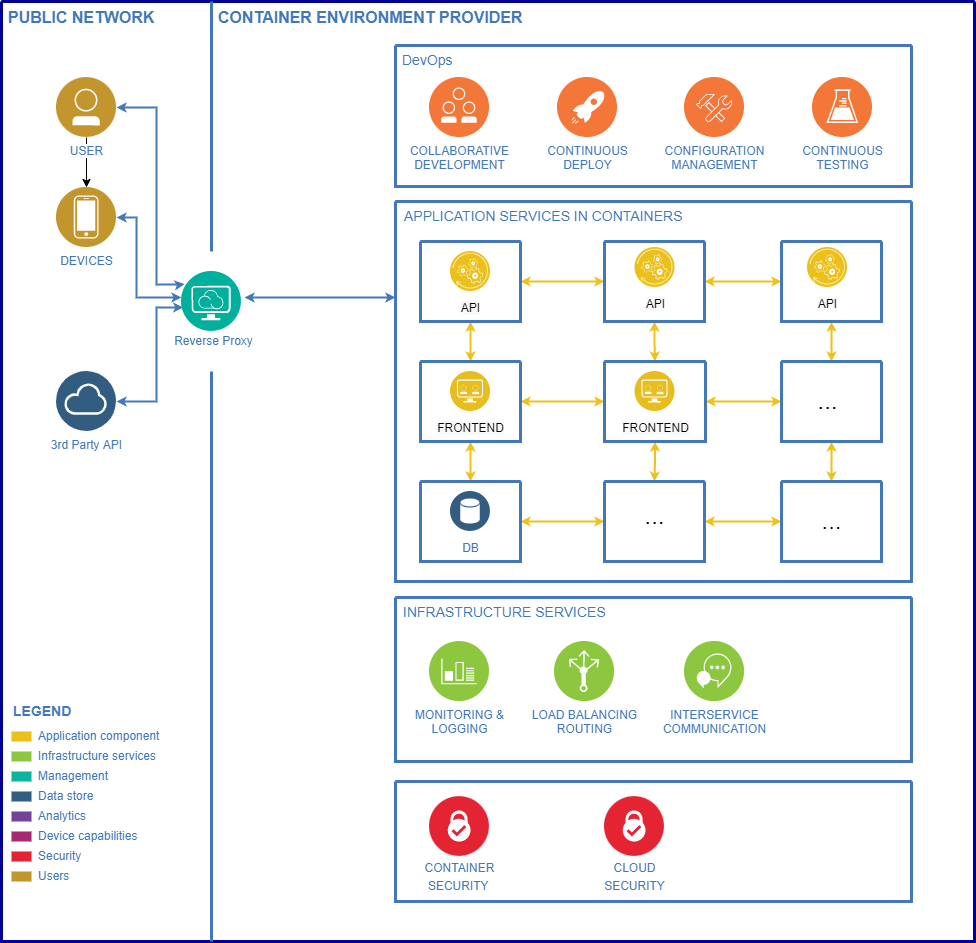
This is docs/operationalModelFinal.png from leen001/Captain_Cook, a draw.io export, as it was before one commit. Source tidied: cells renumbered, new cells last; positions are measured from the earlier drawing's top-left corner, leaving out a move shared by most shapes.
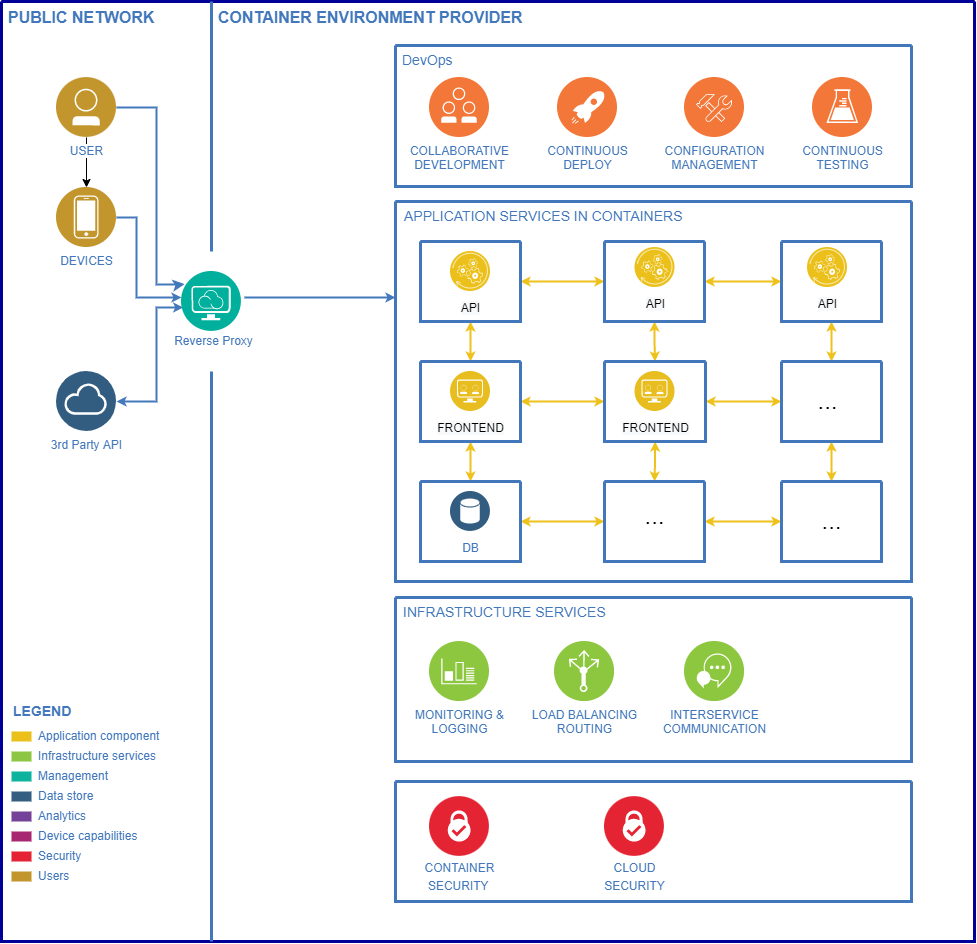
Above is the later version.

Commit message:
diagramm überarbeitung

The edit, as a diff of the source:
```diff
@@ -59,7 +59,7 @@
     <mxCell id="20" value="&lt;div style=&quot;&quot;&gt;&lt;font color=&quot;#4277bb&quot;&gt;&lt;span style=&quot;font-size: 12px; background-color: rgb(255, 255, 255);&quot;&gt;CLOUD&lt;/span&gt;&lt;/font&gt;&lt;/div&gt;&lt;span style=&quot;color: rgb(66, 119, 187); font-size: 12px; background-color: rgb(255, 255, 255);&quot;&gt;&lt;div style=&quot;&quot;&gt;SECURITY&lt;/div&gt;&lt;/span&gt;" style="text;html=1;align=center;verticalAlign=middle;strokeColor=none;fillColor=none;fontSize=24;" parent="16" vertex="1">
       <mxGeometry x="199" y="60" width="80" height="60" as="geometry" />
     </mxCell>
-    <mxCell id="21" style="edgeStyle=orthogonalEdgeStyle;rounded=0;comic=0;html=1;exitX=1;exitY=0.5;entryX=0;entryY=0.25;startArrow=classic;startFill=1;endArrow=classic;endFill=1;jettySize=auto;strokeColor=#4378BB;strokeWidth=2;fontFamily=Helvetica;fontSize=19;fontColor=#CC99FF;endSize=4;startSize=4;" parent="2" edge="1" source="23">
+    <mxCell id="21" style="edgeStyle=orthogonalEdgeStyle;rounded=0;comic=0;html=1;exitX=1;exitY=0.5;entryX=0;entryY=0.25;startArrow=none;startFill=0;endArrow=classic;endFill=1;jettySize=auto;strokeColor=#4378BB;strokeWidth=2;fontFamily=Helvetica;fontSize=19;fontColor=#CC99FF;" parent="2" edge="1" source="23">
       <mxGeometry relative="1" as="geometry">
         <mxPoint x="183.2" y="282.6" as="targetPoint" />
         <Array as="points">
@@ -75,7 +75,7 @@
     <mxCell id="23" value="&lt;div&gt;USER&lt;/div&gt;" style="perimeter=ellipsePerimeter;html=1;align=center;shadow=0;dashed=0;image;image=img/lib/ibm/users/user.svg;labelBackgroundColor=#ffffff;strokeColor=#666666;strokeWidth=3;fillColor=#C2952D;gradientColor=none;fontSize=12;fontColor=#4277BB;" parent="2" vertex="1">
       <mxGeometry x="55" y="76" width="60" height="60" as="geometry" />
     </mxCell>
-    <mxCell id="24" style="edgeStyle=orthogonalEdgeStyle;rounded=0;html=1;labelBackgroundColor=#ffffff;startArrow=classic;startFill=1;startSize=4;endArrow=classic;endFill=1;endSize=4;jettySize=auto;strokeColor=#4378BB;strokeWidth=2;fontSize=19;fontColor=#CC99FF;" parent="2" edge="1" source="25">
+    <mxCell id="24" style="edgeStyle=orthogonalEdgeStyle;rounded=0;html=1;labelBackgroundColor=#ffffff;startArrow=none;startFill=0;startSize=4;endArrow=classic;endFill=1;endSize=4;jettySize=auto;strokeColor=#4378BB;strokeWidth=2;fontSize=19;fontColor=#CC99FF;" parent="2" edge="1" source="25">
       <mxGeometry relative="1" as="geometry">
         <mxPoint x="180" y="296" as="targetPoint" />
         <Array as="points">
@@ -99,7 +99,7 @@
     <mxCell id="27" value="3rd Party API" style="perimeter=ellipsePerimeter;html=1;align=center;shadow=0;dashed=0;image;image=img/lib/ibm/data/cloud.svg;labelBackgroundColor=#ffffff;strokeColor=#666666;strokeWidth=3;fillColor=#C2952D;gradientColor=none;fontSize=12;fontColor=#4277BB;" parent="2" vertex="1">
       <mxGeometry x="55" y="370" width="60" height="60" as="geometry" />
     </mxCell>
-    <mxCell id="28" style="edgeStyle=elbowEdgeStyle;rounded=0;html=1;labelBackgroundColor=#ffffff;startArrow=classic;startFill=1;startSize=4;endArrow=classic;endFill=1;endSize=4;jettySize=auto;strokeColor=#4378BB;strokeWidth=2;fontSize=19;fontColor=#CC99FF;elbow=vertical;" parent="2" edge="1" target="35">
+    <mxCell id="28" style="edgeStyle=elbowEdgeStyle;rounded=0;html=1;labelBackgroundColor=#ffffff;startArrow=none;startFill=0;startSize=4;endArrow=classic;endFill=1;endSize=4;jettySize=auto;strokeColor=#4378BB;strokeWidth=2;fontSize=19;fontColor=#CC99FF;elbow=vertical;" parent="2" edge="1" target="35">
       <mxGeometry relative="1" as="geometry">
         <mxPoint x="243" y="296" as="sourcePoint" />
         <Array as="points">
```
